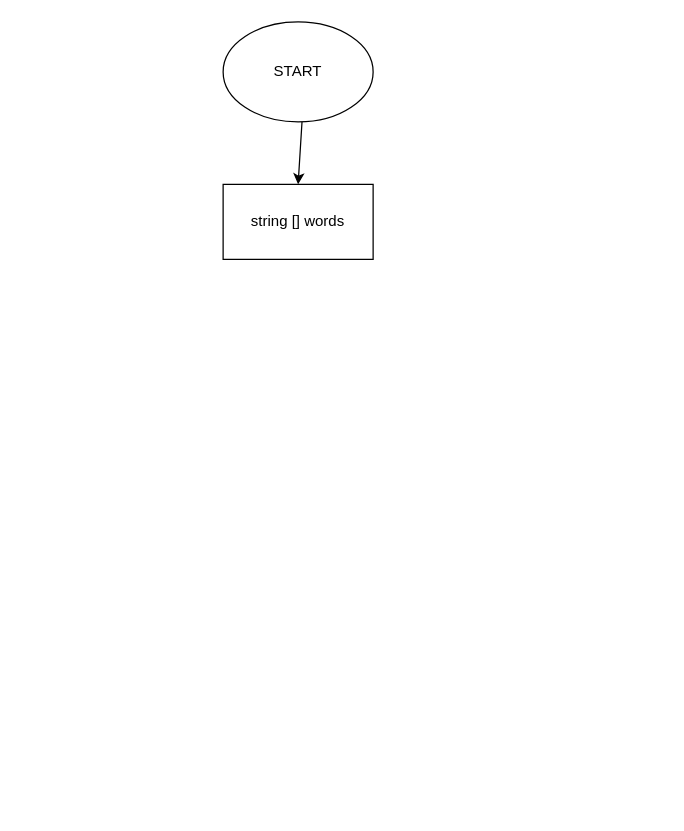
The draw.io diagram Reshenie_Zadach_kod/Project_001/project.drawio in DeGarce/Programmirovanie_Dnevnik, before the edit. Source tidied: cells renumbered, new cells numbered last; positions are measured from the earlier drawing's top-left corner, leaving out a move shared by most shapes. Both pictures are drawn from the tidied source at 125%, with x=0, y=0 at pixel (222, 21).
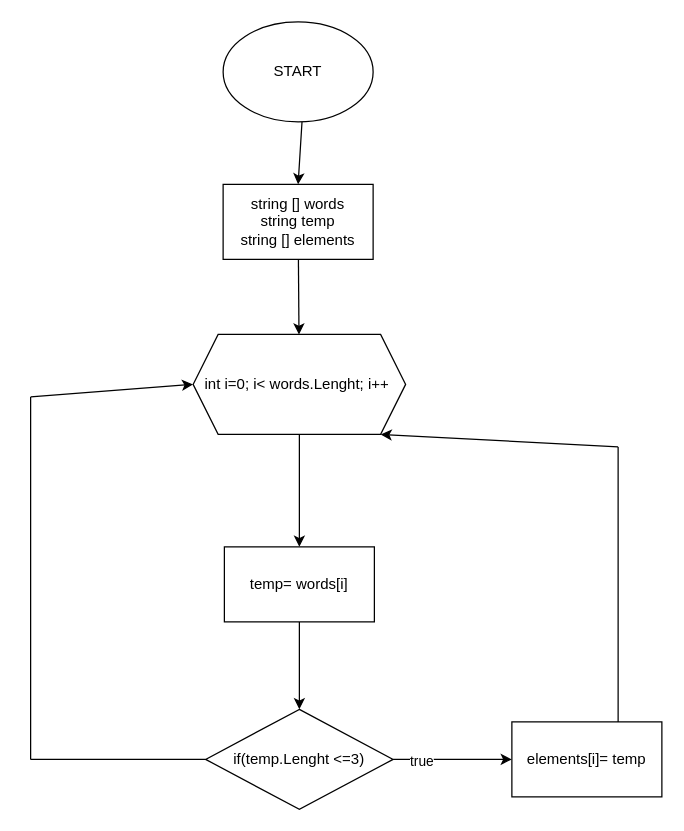
Above is the later version.

Commit message:
Сделал схему

The edit, as a diff of the source:
```diff
@@
+    <mxCell id="5" style="edgeStyle=none;html=1;" parent="1" edge="1" source="4">
+      <mxGeometry relative="1" as="geometry">
+        <mxPoint x="60.7" y="250.1" as="targetPoint" />
+      </mxGeometry>
+    </mxCell>
-    <mxCell id="4" value="string [] words" style="rounded=0;whiteSpace=wrap;html=1;" parent="1" vertex="1">
+    <mxCell id="4" value="string [] words&lt;br&gt;string temp&lt;br&gt;string [] elements" style="rounded=0;whiteSpace=wrap;html=1;" parent="1" vertex="1">
       <mxGeometry y="130" width="120" height="60" as="geometry" />
     </mxCell>
+    <mxCell id="6" style="edgeStyle=none;html=1;" parent="1" edge="1" source="7" target="9">
+      <mxGeometry relative="1" as="geometry" />
+    </mxCell>
+    <mxCell id="7" value="int i=0; i&amp;lt; words.Lenght; i++&amp;nbsp;" style="shape=hexagon;perimeter=hexagonPerimeter2;whiteSpace=wrap;html=1;fixedSize=1;" parent="1" vertex="1">
+      <mxGeometry x="-24" y="250" width="170" height="80" as="geometry" />
+    </mxCell>
+    <mxCell id="8" style="edgeStyle=none;html=1;" parent="1" edge="1" source="9" target="12">
+      <mxGeometry relative="1" as="geometry" />
+    </mxCell>
+    <mxCell id="9" value="temp= words[i]" style="whiteSpace=wrap;html=1;" parent="1" vertex="1">
+      <mxGeometry x="1" y="420" width="120" height="60" as="geometry" />
+    </mxCell>
+    <mxCell id="10" style="edgeStyle=none;html=1;" parent="1" edge="1" source="12" target="13">
+      <mxGeometry relative="1" as="geometry" />
+    </mxCell>
+    <mxCell id="11" value="true" style="edgeLabel;html=1;align=center;verticalAlign=middle;" parent="10" vertex="1">
+      <mxGeometry x="-0.54" y="-1" relative="1" as="geometry" />
+    </mxCell>
+    <mxCell id="12" value="if(temp.Lenght &amp;lt;=3)" style="rhombus;whiteSpace=wrap;html=1;" parent="1" vertex="1">
+      <mxGeometry x="-14" y="550" width="150" height="80" as="geometry" />
+    </mxCell>
+    <mxCell id="13" value="elements[i]= temp" style="whiteSpace=wrap;html=1;" parent="1" vertex="1">
+      <mxGeometry x="231" y="560" width="120" height="60" as="geometry" />
+    </mxCell>
+    <mxCell id="14" style="endArrow=none;html=1;" parent="1" edge="1">
+      <mxGeometry relative="1" as="geometry">
+        <mxPoint x="-154" y="590" as="sourcePoint" />
+        <mxPoint x="-14" y="590" as="targetPoint" />
+      </mxGeometry>
+    </mxCell>
+    <mxCell id="15" style="endArrow=none;html=1;" parent="1" edge="1">
+      <mxGeometry relative="1" as="geometry">
+        <mxPoint x="-154" y="590" as="sourcePoint" />
+        <mxPoint x="-154" y="300" as="targetPoint" />
+      </mxGeometry>
+    </mxCell>
+    <mxCell id="16" style="endArrow=classic;html=1;entryX=0;entryY=0.5;entryDx=0;entryDy=0;" parent="1" edge="1" target="7">
+      <mxGeometry relative="1" as="geometry">
+        <mxPoint x="-154" y="300" as="sourcePoint" />
+      </mxGeometry>
+    </mxCell>
+    <mxCell id="17" style="endArrow=none;html=1;" parent="1" edge="1">
+      <mxGeometry relative="1" as="geometry">
+        <mxPoint x="316" y="560" as="sourcePoint" />
+        <mxPoint x="316" y="340" as="targetPoint" />
+      </mxGeometry>
+    </mxCell>
+    <mxCell id="18" style="endArrow=classic;html=1;" parent="1" edge="1">
+      <mxGeometry relative="1" as="geometry">
+        <mxPoint x="316" y="340" as="sourcePoint" />
+        <mxPoint x="126" y="330" as="targetPoint" />
+      </mxGeometry>
+    </mxCell>
```
